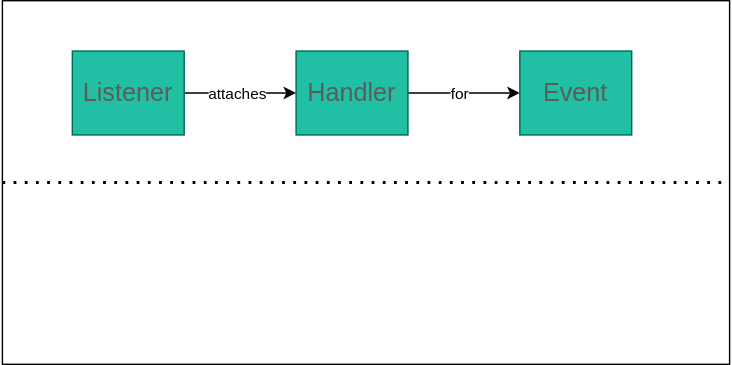
Earlier version of the draw.io export 03_DOM_Events/assets/event-handling-1.drawio.svg (mayowa-aji/SENG-LIVE-112122-Phase-1-JS). Source tidied: cells renumbered, new cells last; positions are measured from the earlier drawing's top-left corner, leaving out a move shared by most shapes.
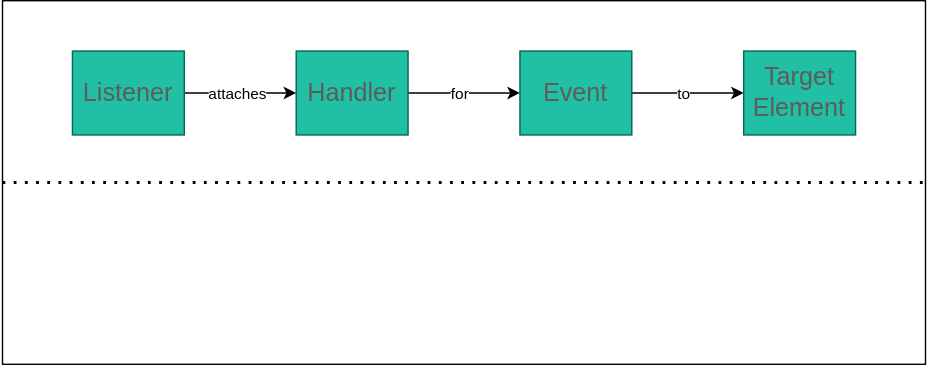
After the change.

The edit, as a diff of the source:
```diff
@@ -3,7 +3,7 @@
     <mxCell id="0" />
     <mxCell id="1" value="Behind" parent="0" />
     <mxCell id="2" style="rounded=0;whiteSpace=wrap;html=1;sketch=0;fontSize=16;" parent="1" vertex="1">
-      <mxGeometry width="520" height="260" as="geometry" />
+      <mxGeometry width="660" height="260" as="geometry" />
     </mxCell>
     <mxCell id="3" style="edgeStyle=none;html=1;" parent="1" edge="1" source="5" target="6">
       <mxGeometry relative="1" as="geometry" />
@@ -14,6 +14,12 @@
     <mxCell id="5" value="&lt;span style=&quot;font-size: 18px&quot;&gt;Handler&lt;/span&gt;" style="rounded=0;whiteSpace=wrap;html=1;sketch=0;fontColor=#5C5C5C;strokeColor=#006658;fillColor=#21C0A5;" parent="1" vertex="1">
       <mxGeometry x="210" y="36" width="80" height="60" as="geometry" />
     </mxCell>
+    <mxCell id="14" style="edgeStyle=none;html=1;" parent="1" edge="1" source="6" target="16">
+      <mxGeometry relative="1" as="geometry" />
+    </mxCell>
+    <mxCell id="15" value="to" style="edgeLabel;html=1;align=center;verticalAlign=middle;" parent="14" vertex="1">
+      <mxGeometry x="-0.1" relative="1" as="geometry" />
+    </mxCell>
     <mxCell id="6" value="&lt;span style=&quot;font-size: 18px&quot;&gt;Event&lt;/span&gt;" style="rounded=0;whiteSpace=wrap;html=1;sketch=0;fontColor=#5C5C5C;strokeColor=#006658;fillColor=#21C0A5;" parent="1" vertex="1">
       <mxGeometry x="370" y="36" width="80" height="60" as="geometry" />
     </mxCell>
@@ -25,6 +31,9 @@
     <mxCell id="8" style="endArrow=none;dashed=1;html=1;dashPattern=1 3;strokeWidth=2;exitX=0;exitY=0.5;exitDx=0;exitDy=0;entryX=1;entryY=0.5;entryDx=0;entryDy=0;" parent="1" edge="1" source="2" target="2">
       <mxGeometry relative="1" as="geometry" />
     </mxCell>
+    <mxCell id="16" value="&lt;span style=&quot;font-size: 18px&quot;&gt;Target&lt;br&gt;Element&lt;br&gt;&lt;/span&gt;" style="rounded=0;whiteSpace=wrap;html=1;sketch=0;fontColor=#5C5C5C;strokeColor=#006658;fillColor=#21C0A5;" parent="1" vertex="1">
+      <mxGeometry x="530" y="36" width="80" height="60" as="geometry" />
+    </mxCell>
     <mxCell id="9" value="Foreground" parent="0" />
     <mxCell id="10" style="edgeStyle=none;html=1;" parent="9" edge="1" source="12" target="5">
       <mxGeometry relative="1" as="geometry" />
```
